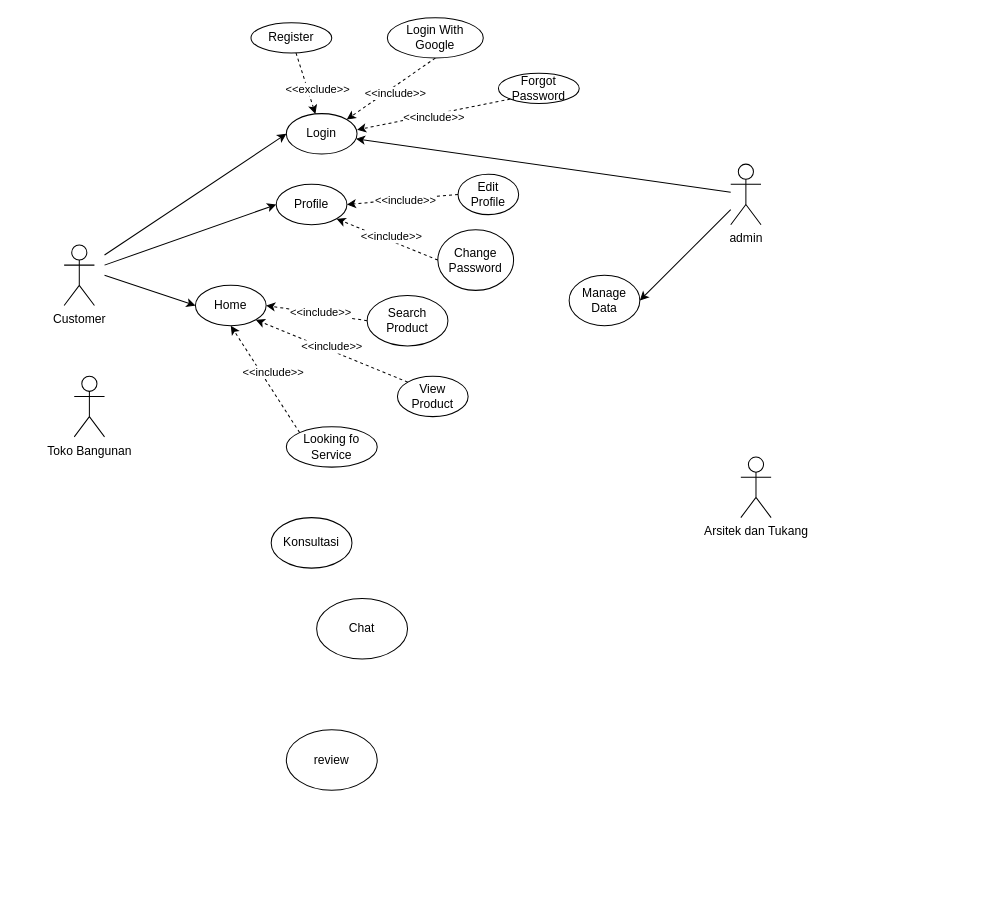
This is page "Use Case" (1 of 2) of UML-BuildIt.drawio from imannrhman/build_it_uml, a draw.io file, before an edit. Source tidied: cells renumbered, new cells numbered last; positions are measured from the earlier drawing's top-left corner, leaving out a move shared by most shapes. Both pictures are drawn from the tidied source at 101%, with x=0, y=0 at pixel (64, 17).
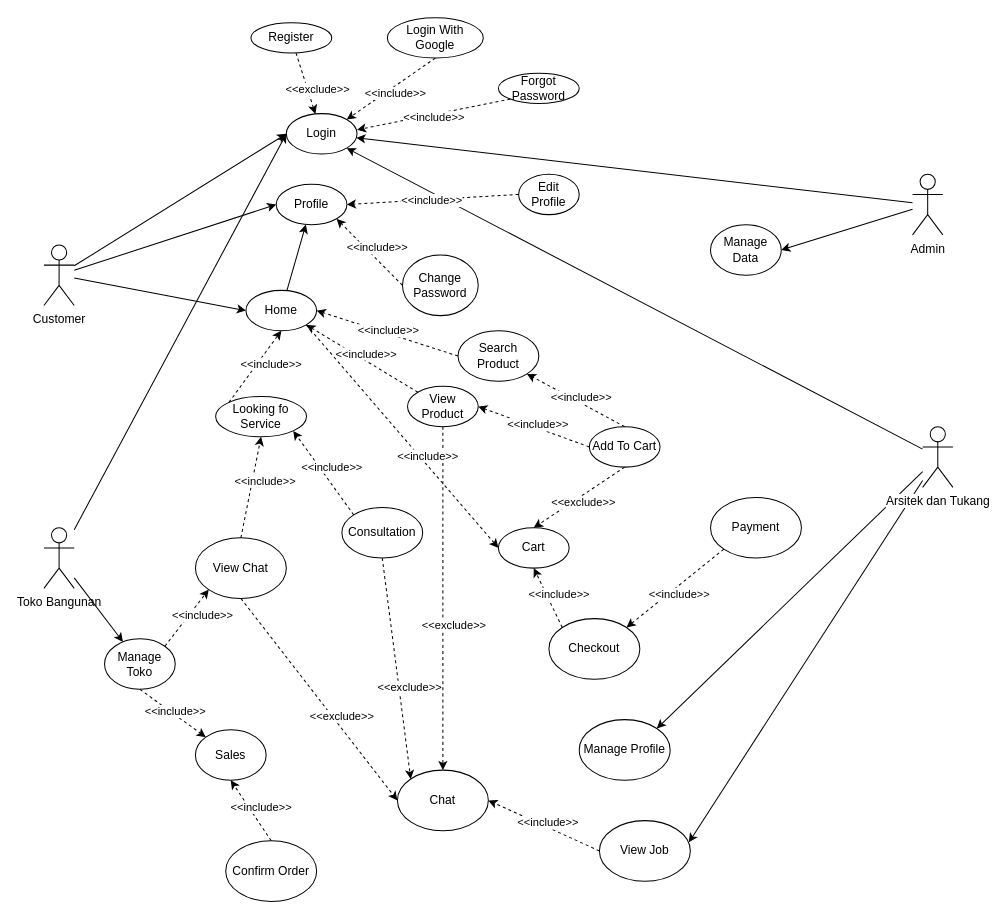
The same diagram, later.

Unchanged cells that the change refers to:
```xml
<mxCell id="5" value="Login" style="ellipse;whiteSpace=wrap;html=1;" parent="1" vertex="1">
  <mxGeometry x="220" y="95" width="70" height="40" as="geometry" />
</mxCell>
<mxCell id="15" value="Profile" style="ellipse;whiteSpace=wrap;html=1;" parent="1" vertex="1">
  <mxGeometry x="210" y="165" width="70" height="40" as="geometry" />
</mxCell>
```

The edit, as a diff of the source:
```diff
@@
-    <mxCell id="4" value="admin&lt;br&gt;" style="shape=umlActor;verticalLabelPosition=bottom;verticalAlign=top;html=1;outlineConnect=0;" parent="1" vertex="1">
-      <mxGeometry x="660" y="145" width="30" height="60" as="geometry" />
+    <mxCell id="4" value="Admin" style="shape=umlActor;verticalLabelPosition=bottom;verticalAlign=top;html=1;outlineConnect=0;" parent="1" vertex="1">
+      <mxGeometry x="840" y="155" width="30" height="60" as="geometry" />
     </mxCell>
@@
+    <mxCell id="42" style="edgeStyle=none;rounded=0;jettySize=auto;html=1;" parent="1" edge="1" source="6" target="75">
+      <mxGeometry relative="1" as="geometry" />
+    </mxCell>
+    <mxCell id="43" style="edgeStyle=none;rounded=0;jettySize=auto;html=1;entryX=0;entryY=0.5;entryDx=0;entryDy=0;" parent="1" edge="1" source="6" target="5">
+      <mxGeometry relative="1" as="geometry" />
+    </mxCell>
     <mxCell id="6" value="Toko Bangunan" style="shape=umlActor;verticalLabelPosition=bottom;verticalAlign=top;html=1;outlineConnect=0;" parent="1" vertex="1">
-      <mxGeometry x="10" y="355" width="30" height="60" as="geometry" />
+      <mxGeometry x="-20" y="505" width="30" height="60" as="geometry" />
     </mxCell>
+    <mxCell id="44" style="edgeStyle=none;rounded=0;jettySize=auto;html=1;entryX=0.984;entryY=0.358;entryDx=0;entryDy=0;entryPerimeter=0;" parent="1" edge="1" source="7" target="82">
+      <mxGeometry relative="1" as="geometry" />
+    </mxCell>
+    <mxCell id="45" style="edgeStyle=none;rounded=0;jettySize=auto;html=1;entryX=1;entryY=0;entryDx=0;entryDy=0;" parent="1" edge="1" source="7" target="81">
+      <mxGeometry relative="1" as="geometry" />
+    </mxCell>
+    <mxCell id="46" style="edgeStyle=none;rounded=0;jettySize=auto;html=1;entryX=1;entryY=1;entryDx=0;entryDy=0;" parent="1" edge="1" source="7" target="5">
+      <mxGeometry relative="1" as="geometry" />
+    </mxCell>
-    <mxCell id="7" value="Arsitek dan Tukang" style="shape=umlActor;verticalLabelPosition=bottom;verticalAlign=top;html=1;outlineConnect=0;" parent="1" vertex="1">
-      <mxGeometry x="670" y="435" width="30" height="60" as="geometry" />
+    <mxCell id="7" value="&lt;span style=&quot;background-color: rgb(255, 255, 255);&quot;&gt;Arsitek dan Tukang&lt;/span&gt;" style="shape=umlActor;verticalLabelPosition=bottom;verticalAlign=top;html=1;outlineConnect=0;" parent="1" vertex="1">
+      <mxGeometry x="850" y="405" width="30" height="60" as="geometry" />
     </mxCell>
-    <mxCell id="8" style="edgeStyle=none;rounded=0;jettySize=auto;html=1;entryX=0;entryY=0.5;entryDx=0;entryDy=0;" parent="1" edge="1" target="5">
-      <mxGeometry relative="1" as="geometry">
-        <mxPoint x="40" y="235" as="sourcePoint" />
-      </mxGeometry>
-    </mxCell>
-    <mxCell id="9" style="edgeStyle=none;rounded=0;jettySize=auto;html=1;entryX=0;entryY=0.5;entryDx=0;entryDy=0;" parent="1" edge="1" target="15">
-      <mxGeometry relative="1" as="geometry">
-        <mxPoint x="40" y="245" as="sourcePoint" />
-      </mxGeometry>
-    </mxCell>
-    <mxCell id="10" style="edgeStyle=none;rounded=0;jettySize=auto;html=1;entryX=0;entryY=0.5;entryDx=0;entryDy=0;" parent="1" edge="1" target="16">
-      <mxGeometry relative="1" as="geometry">
-        <mxPoint x="40" y="255" as="sourcePoint" />
-      </mxGeometry>
-    </mxCell>
+    <mxCell id="47" style="edgeStyle=none;rounded=0;jettySize=auto;html=1;entryX=0;entryY=0.5;entryDx=0;entryDy=0;" parent="1" edge="1" source="11" target="15">
+      <mxGeometry relative="1" as="geometry" />
+    </mxCell>
+    <mxCell id="48" style="edgeStyle=none;rounded=0;jettySize=auto;html=1;entryX=0;entryY=0.5;entryDx=0;entryDy=0;" parent="1" edge="1" source="11" target="5">
+      <mxGeometry relative="1" as="geometry" />
+    </mxCell>
+    <mxCell id="49" style="edgeStyle=none;rounded=0;jettySize=auto;html=1;entryX=0;entryY=0.5;entryDx=0;entryDy=0;" parent="1" edge="1" source="11" target="16">
+      <mxGeometry relative="1" as="geometry" />
+    </mxCell>
     <mxCell id="11" value="Customer" style="shape=umlActor;verticalLabelPosition=bottom;verticalAlign=top;html=1;outlineConnect=0;" parent="1" vertex="1">
-      <mxGeometry y="225" width="30" height="60" as="geometry" />
+      <mxGeometry x="-20" y="225" width="30" height="60" as="geometry" />
     </mxCell>
@@
+    <mxCell id="50" style="edgeStyle=none;rounded=0;jettySize=auto;html=1;" parent="1" edge="1" source="16" target="15">
+      <mxGeometry relative="1" as="geometry" />
+    </mxCell>
     <mxCell id="16" value="Home" style="ellipse;whiteSpace=wrap;html=1;" parent="1" vertex="1">
-      <mxGeometry x="130" y="265" width="70" height="40" as="geometry" />
+      <mxGeometry x="180" y="270" width="70" height="40" as="geometry" />
     </mxCell>
     <mxCell id="17" value="Search Product" style="ellipse;whiteSpace=wrap;html=1;" parent="1" vertex="1">
-      <mxGeometry x="300" y="275" width="80" height="50" as="geometry" />
+      <mxGeometry x="390" y="310" width="80" height="50" as="geometry" />
     </mxCell>
     <mxCell id="18" value="Chat" style="ellipse;whiteSpace=wrap;html=1;" parent="1" vertex="1">
-      <mxGeometry x="250" y="575" width="90" height="60" as="geometry" />
+      <mxGeometry x="330" y="745" width="90" height="60" as="geometry" />
     </mxCell>
-    <mxCell id="19" value="Konsultasi" style="ellipse;whiteSpace=wrap;html=1;" parent="1" vertex="1">
-      <mxGeometry x="205" y="495" width="80" height="50" as="geometry" />
+    <mxCell id="19" value="Consultation" style="ellipse;whiteSpace=wrap;html=1;" parent="1" vertex="1">
+      <mxGeometry x="275" y="485" width="80" height="50" as="geometry" />
     </mxCell>
-    <mxCell id="20" value="review" style="ellipse;whiteSpace=wrap;html=1;" parent="1" vertex="1">
-      <mxGeometry x="220" y="705" width="90" height="60" as="geometry" />
+    <mxCell id="20" value="Checkout" style="ellipse;whiteSpace=wrap;html=1;" parent="1" vertex="1">
+      <mxGeometry x="480" y="595" width="90" height="60" as="geometry" />
     </mxCell>
     <mxCell id="21" value="Manage Data" style="ellipse;whiteSpace=wrap;html=1;" parent="1" vertex="1">
-      <mxGeometry x="500" y="255" width="70" height="50" as="geometry" />
+      <mxGeometry x="640" y="205" width="70" height="50" as="geometry" />
     </mxCell>
@@
     <mxCell id="28" value="View Product" style="ellipse;whiteSpace=wrap;html=1;" parent="1" vertex="1">
-      <mxGeometry x="330" y="355" width="70" height="40" as="geometry" />
+      <mxGeometry x="340" y="365" width="70" height="40" as="geometry" />
     </mxCell>
     <mxCell id="29" value="Edit Profile" style="ellipse;whiteSpace=wrap;html=1;" parent="1" vertex="1">
-      <mxGeometry x="390" y="155" width="60" height="40" as="geometry" />
+      <mxGeometry x="450" y="155" width="60" height="40" as="geometry" />
     </mxCell>
@@
     <mxCell id="32" value="Change Password" style="ellipse;whiteSpace=wrap;html=1;" parent="1" vertex="1">
-      <mxGeometry x="370" y="210" width="75" height="60" as="geometry" />
+      <mxGeometry x="335" y="235" width="75" height="60" as="geometry" />
     </mxCell>
@@
     <mxCell id="39" value="Looking fo Service" style="ellipse;whiteSpace=wrap;html=1;" parent="1" vertex="1">
-      <mxGeometry x="220" y="405" width="90" height="40" as="geometry" />
+      <mxGeometry x="150" y="375" width="90" height="40" as="geometry" />
     </mxCell>
@@
+    <mxCell id="51" style="rounded=0;jettySize=auto;html=1;dashed=1;exitX=0;exitY=0;exitDx=0;exitDy=0;entryX=1;entryY=1;entryDx=0;entryDy=0;" parent="1" edge="1" source="19" target="39">
+      <mxGeometry relative="1" as="geometry" />
+    </mxCell>
+    <mxCell id="52" value="&amp;lt;&amp;lt;include&amp;gt;&amp;gt;" style="edgeLabel;html=1;align=center;verticalAlign=middle;" parent="51" vertex="1">
+      <mxGeometry x="0.15" y="-1" relative="1" as="geometry">
+        <mxPoint x="11" y="1" as="offset" />
+      </mxGeometry>
+    </mxCell>
+    <mxCell id="53" style="rounded=0;jettySize=auto;html=1;dashed=1;exitX=0.5;exitY=1;exitDx=0;exitDy=0;entryX=0.5;entryY=0;entryDx=0;entryDy=0;" parent="1" edge="1" source="28" target="18">
+      <mxGeometry relative="1" as="geometry" />
+    </mxCell>
+    <mxCell id="54" value="&amp;lt;&amp;lt;exclude&amp;gt;&amp;gt;" style="edgeLabel;html=1;align=center;verticalAlign=middle;" parent="53" vertex="1">
+      <mxGeometry x="0.15" y="-1" relative="1" as="geometry">
+        <mxPoint x="11" y="1" as="offset" />
+      </mxGeometry>
+    </mxCell>
+    <mxCell id="55" style="rounded=0;jettySize=auto;html=1;dashed=1;exitX=0.5;exitY=1;exitDx=0;exitDy=0;entryX=0;entryY=0;entryDx=0;entryDy=0;" parent="1" edge="1" source="19" target="18">
+      <mxGeometry relative="1" as="geometry" />
+    </mxCell>
+    <mxCell id="56" value="&amp;lt;&amp;lt;exclude&amp;gt;&amp;gt;" style="edgeLabel;html=1;align=center;verticalAlign=middle;" parent="55" vertex="1">
+      <mxGeometry x="0.15" y="-1" relative="1" as="geometry">
+        <mxPoint x="11" y="1" as="offset" />
+      </mxGeometry>
+    </mxCell>
+    <mxCell id="57" value="Add To Cart" style="ellipse;whiteSpace=wrap;html=1;" parent="1" vertex="1">
+      <mxGeometry x="520" y="405" width="70" height="40" as="geometry" />
+    </mxCell>
+    <mxCell id="58" style="rounded=0;jettySize=auto;html=1;dashed=1;exitX=0;exitY=0.5;exitDx=0;exitDy=0;entryX=1;entryY=0.5;entryDx=0;entryDy=0;" parent="1" edge="1" source="57" target="28">
+      <mxGeometry relative="1" as="geometry" />
+    </mxCell>
+    <mxCell id="59" value="&amp;lt;&amp;lt;include&amp;gt;&amp;gt;" style="edgeLabel;html=1;align=center;verticalAlign=middle;" parent="58" vertex="1">
+      <mxGeometry x="0.15" y="-1" relative="1" as="geometry">
+        <mxPoint x="11" y="1" as="offset" />
+      </mxGeometry>
+    </mxCell>
+    <mxCell id="60" style="rounded=0;jettySize=auto;html=1;dashed=1;exitX=0.5;exitY=0;exitDx=0;exitDy=0;entryX=1;entryY=1;entryDx=0;entryDy=0;" parent="1" edge="1" source="57" target="17">
+      <mxGeometry relative="1" as="geometry" />
+    </mxCell>
+    <mxCell id="61" value="&amp;lt;&amp;lt;include&amp;gt;&amp;gt;" style="edgeLabel;html=1;align=center;verticalAlign=middle;" parent="60" vertex="1">
+      <mxGeometry x="0.15" y="-1" relative="1" as="geometry">
+        <mxPoint x="11" y="1" as="offset" />
+      </mxGeometry>
+    </mxCell>
+    <mxCell id="62" value="Cart" style="ellipse;whiteSpace=wrap;html=1;" parent="1" vertex="1">
+      <mxGeometry x="430" y="505" width="70" height="40" as="geometry" />
+    </mxCell>
+    <mxCell id="63" style="rounded=0;jettySize=auto;html=1;dashed=1;exitX=1;exitY=1;exitDx=0;exitDy=0;entryX=0;entryY=0.5;entryDx=0;entryDy=0;" parent="1" edge="1" source="16" target="62">
+      <mxGeometry relative="1" as="geometry" />
+    </mxCell>
+    <mxCell id="64" value="&amp;lt;&amp;lt;include&amp;gt;&amp;gt;" style="edgeLabel;html=1;align=center;verticalAlign=middle;" parent="63" vertex="1">
+      <mxGeometry x="0.15" y="-1" relative="1" as="geometry">
+        <mxPoint x="11" y="1" as="offset" />
+      </mxGeometry>
+    </mxCell>
+    <mxCell id="65" style="rounded=0;jettySize=auto;html=1;dashed=1;exitX=0.5;exitY=1;exitDx=0;exitDy=0;entryX=0.5;entryY=0;entryDx=0;entryDy=0;" parent="1" edge="1" source="57" target="62">
+      <mxGeometry relative="1" as="geometry" />
+    </mxCell>
+    <mxCell id="66" value="&amp;lt;&amp;lt;exclude&amp;gt;&amp;gt;" style="edgeLabel;html=1;align=center;verticalAlign=middle;" parent="65" vertex="1">
+      <mxGeometry x="0.15" y="-1" relative="1" as="geometry">
+        <mxPoint x="11" y="1" as="offset" />
+      </mxGeometry>
+    </mxCell>
+    <mxCell id="67" value="View Chat" style="ellipse;whiteSpace=wrap;html=1;" parent="1" vertex="1">
+      <mxGeometry x="130" y="515" width="90" height="60" as="geometry" />
+    </mxCell>
+    <mxCell id="68" style="rounded=0;jettySize=auto;html=1;dashed=1;exitX=0;exitY=0;exitDx=0;exitDy=0;entryX=0.5;entryY=1;entryDx=0;entryDy=0;" parent="1" edge="1" source="20" target="62">
+      <mxGeometry relative="1" as="geometry" />
+    </mxCell>
+    <mxCell id="69" value="&amp;lt;&amp;lt;include&amp;gt;&amp;gt;" style="edgeLabel;html=1;align=center;verticalAlign=middle;" parent="68" vertex="1">
+      <mxGeometry x="0.15" y="-1" relative="1" as="geometry">
+        <mxPoint x="11" y="1" as="offset" />
+      </mxGeometry>
+    </mxCell>
+    <mxCell id="70" value="Payment" style="ellipse;whiteSpace=wrap;html=1;" parent="1" vertex="1">
+      <mxGeometry x="640" y="475" width="90" height="60" as="geometry" />
+    </mxCell>
+    <mxCell id="71" style="rounded=0;jettySize=auto;html=1;dashed=1;exitX=0.5;exitY=0;exitDx=0;exitDy=0;entryX=0.5;entryY=1;entryDx=0;entryDy=0;" parent="1" edge="1" source="67" target="39">
+      <mxGeometry relative="1" as="geometry" />
+    </mxCell>
+    <mxCell id="72" value="&amp;lt;&amp;lt;include&amp;gt;&amp;gt;" style="edgeLabel;html=1;align=center;verticalAlign=middle;" parent="71" vertex="1">
+      <mxGeometry x="0.15" y="-1" relative="1" as="geometry">
+        <mxPoint x="11" y="1" as="offset" />
+      </mxGeometry>
+    </mxCell>
+    <mxCell id="73" style="rounded=0;jettySize=auto;html=1;dashed=1;exitX=0.5;exitY=1;exitDx=0;exitDy=0;entryX=0;entryY=0.5;entryDx=0;entryDy=0;" parent="1" edge="1" source="67" target="18">
+      <mxGeometry relative="1" as="geometry" />
+    </mxCell>
+    <mxCell id="74" value="&amp;lt;&amp;lt;exclude&amp;gt;&amp;gt;" style="edgeLabel;html=1;align=center;verticalAlign=middle;" parent="73" vertex="1">
+      <mxGeometry x="0.15" y="-1" relative="1" as="geometry">
+        <mxPoint x="11" y="1" as="offset" />
+      </mxGeometry>
+    </mxCell>
+    <mxCell id="75" value="Manage Toko" style="ellipse;whiteSpace=wrap;html=1;" parent="1" vertex="1">
+      <mxGeometry x="40" y="615" width="70" height="50" as="geometry" />
+    </mxCell>
+    <mxCell id="76" style="rounded=0;jettySize=auto;html=1;dashed=1;exitX=1;exitY=0;exitDx=0;exitDy=0;entryX=0;entryY=1;entryDx=0;entryDy=0;" parent="1" edge="1" source="75" target="67">
+      <mxGeometry relative="1" as="geometry" />
+    </mxCell>
+    <mxCell id="77" value="&amp;lt;&amp;lt;include&amp;gt;&amp;gt;" style="edgeLabel;html=1;align=center;verticalAlign=middle;" parent="76" vertex="1">
+      <mxGeometry x="0.15" y="-1" relative="1" as="geometry">
+        <mxPoint x="11" y="1" as="offset" />
+      </mxGeometry>
+    </mxCell>
+    <mxCell id="78" style="rounded=0;jettySize=auto;html=1;dashed=1;exitX=0.5;exitY=1;exitDx=0;exitDy=0;entryX=0;entryY=0;entryDx=0;entryDy=0;" parent="1" edge="1" source="75" target="80">
+      <mxGeometry relative="1" as="geometry" />
+    </mxCell>
+    <mxCell id="79" value="&amp;lt;&amp;lt;include&amp;gt;&amp;gt;" style="edgeLabel;html=1;align=center;verticalAlign=middle;" parent="78" vertex="1">
+      <mxGeometry x="0.15" y="-1" relative="1" as="geometry">
+        <mxPoint x="-2" y="-6" as="offset" />
+      </mxGeometry>
+    </mxCell>
+    <mxCell id="80" value="Sales" style="ellipse;whiteSpace=wrap;html=1;" parent="1" vertex="1">
+      <mxGeometry x="130" y="705" width="70" height="50" as="geometry" />
+    </mxCell>
+    <mxCell id="81" value="Manage Profile" style="ellipse;whiteSpace=wrap;html=1;" parent="1" vertex="1">
+      <mxGeometry x="510" y="695" width="90" height="60" as="geometry" />
+    </mxCell>
+    <mxCell id="82" value="View Job" style="ellipse;whiteSpace=wrap;html=1;" parent="1" vertex="1">
+      <mxGeometry x="530" y="795" width="90" height="60" as="geometry" />
+    </mxCell>
+    <mxCell id="83" value="Confirm Order" style="ellipse;whiteSpace=wrap;html=1;" parent="1" vertex="1">
+      <mxGeometry x="160" y="815" width="90" height="60" as="geometry" />
+    </mxCell>
+    <mxCell id="84" style="rounded=0;jettySize=auto;html=1;dashed=1;exitX=0;exitY=0.5;exitDx=0;exitDy=0;entryX=1;entryY=0.5;entryDx=0;entryDy=0;" parent="1" edge="1" source="82" target="18">
+      <mxGeometry relative="1" as="geometry" />
+    </mxCell>
+    <mxCell id="85" value="&amp;lt;&amp;lt;include&amp;gt;&amp;gt;" style="edgeLabel;html=1;align=center;verticalAlign=middle;" parent="84" vertex="1">
+      <mxGeometry x="0.15" y="-1" relative="1" as="geometry">
+        <mxPoint x="11" y="1" as="offset" />
+      </mxGeometry>
+    </mxCell>
+    <mxCell id="86" style="rounded=0;jettySize=auto;html=1;dashed=1;exitX=0;exitY=1;exitDx=0;exitDy=0;entryX=1;entryY=0;entryDx=0;entryDy=0;" parent="1" edge="1" source="70" target="20">
+      <mxGeometry relative="1" as="geometry" />
+    </mxCell>
+    <mxCell id="87" value="&amp;lt;&amp;lt;include&amp;gt;&amp;gt;" style="edgeLabel;html=1;align=center;verticalAlign=middle;" parent="86" vertex="1">
+      <mxGeometry x="0.15" y="-1" relative="1" as="geometry">
+        <mxPoint x="11" y="1" as="offset" />
+      </mxGeometry>
+    </mxCell>
+    <mxCell id="88" style="rounded=0;jettySize=auto;html=1;dashed=1;exitX=0.5;exitY=0;exitDx=0;exitDy=0;entryX=0.5;entryY=1;entryDx=0;entryDy=0;" parent="1" edge="1" source="83" target="80">
+      <mxGeometry relative="1" as="geometry" />
+    </mxCell>
+    <mxCell id="89" value="&amp;lt;&amp;lt;include&amp;gt;&amp;gt;" style="edgeLabel;html=1;align=center;verticalAlign=middle;" parent="88" vertex="1">
+      <mxGeometry x="0.15" y="-1" relative="1" as="geometry">
+        <mxPoint x="11" y="1" as="offset" />
+      </mxGeometry>
+    </mxCell>
```
